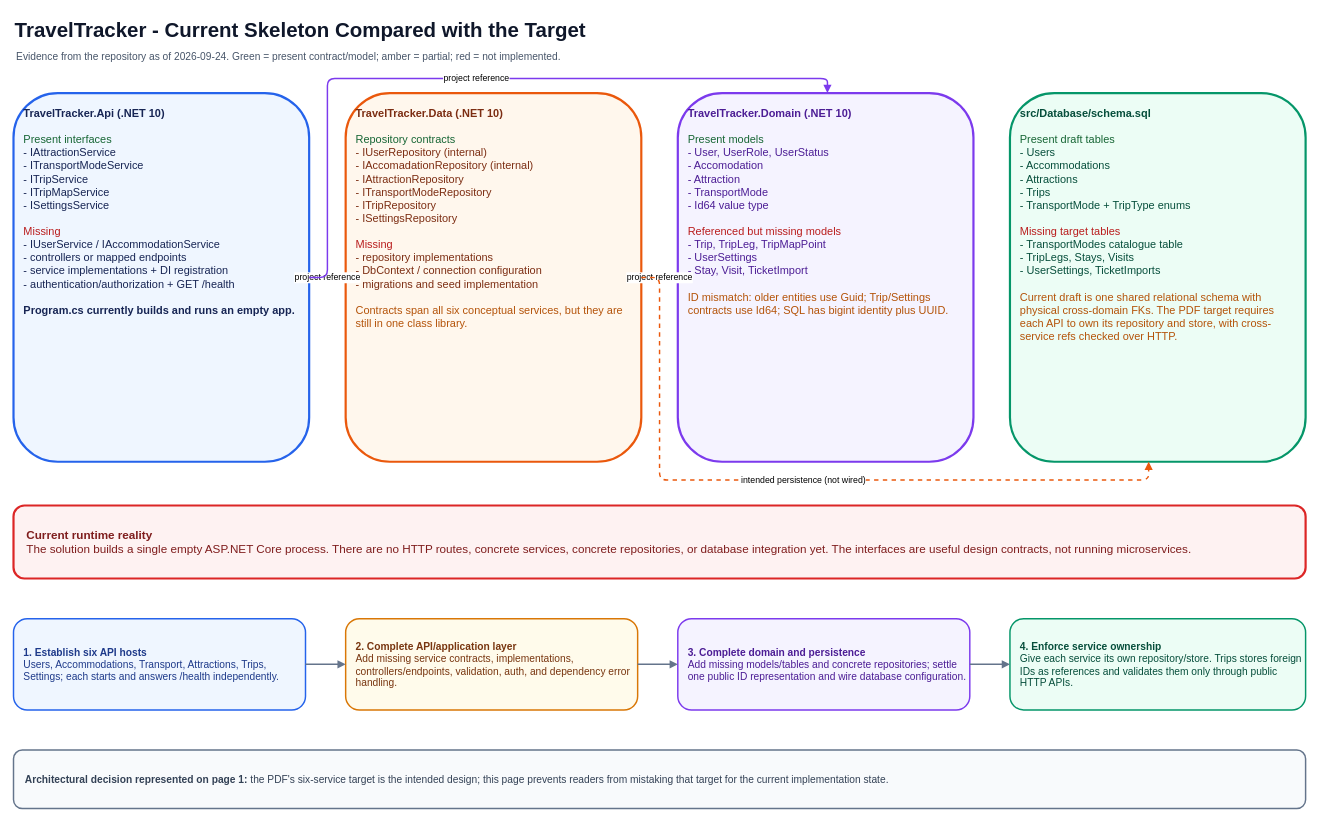
NewWaveOwl/TravelTracker keeps this draw.io diagram as page "2 - Current code and gaps" (2 of 2) of docs/TravelTracker-Explicit-Services-Architecture.drawio. Above is the earlier version. Source tidied: cells renumbered, new cells numbered last; positions are measured from the earlier drawing's top-left corner, leaving out a move shared by most shapes. Both pictures are drawn from the tidied source at 73%, with x=0, y=0 at pixel (13, 12).
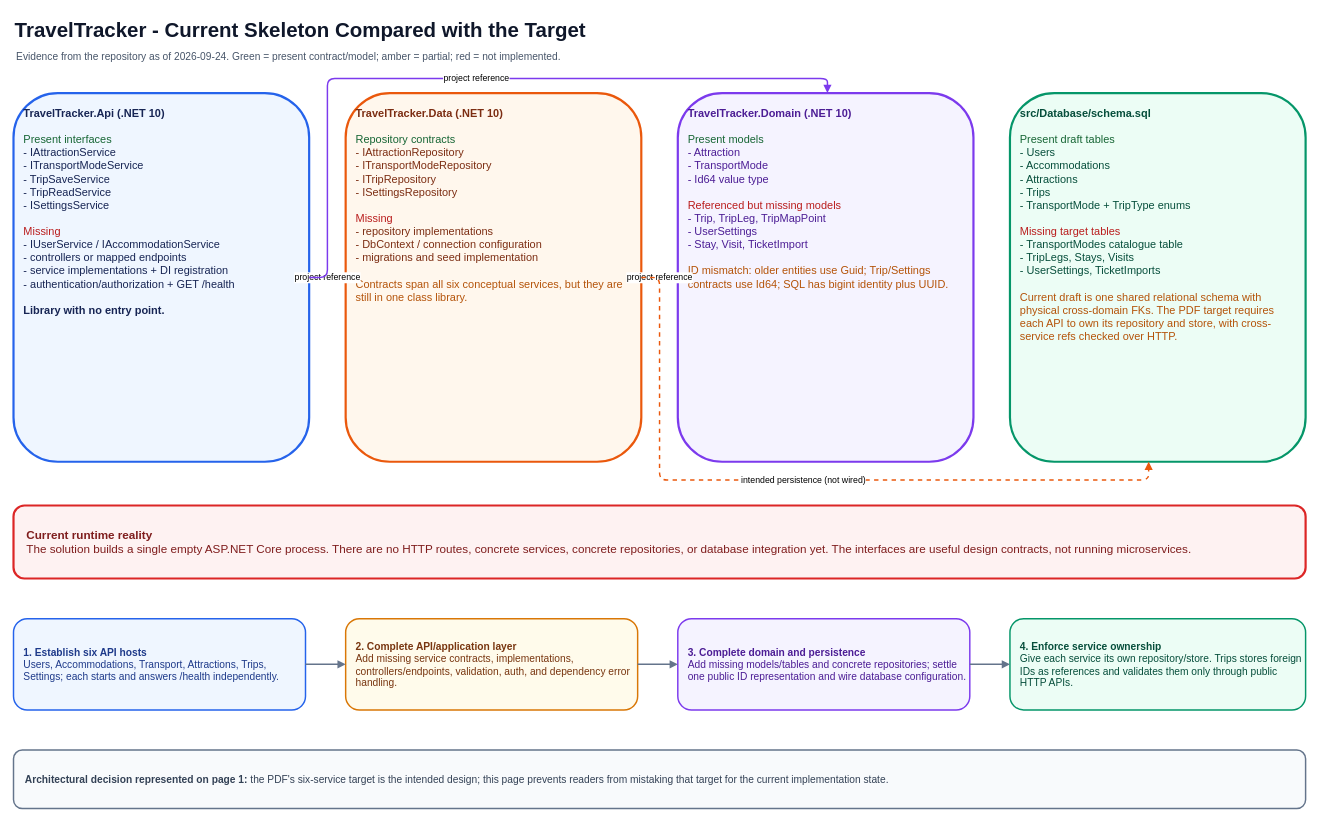
Above is the later version.

What changed in the source:
```diff
@@
-    <mxCell id="4" value="&lt;b&gt;TravelTracker.Api (.NET 10)&lt;/b&gt;&lt;br&gt;&lt;br&gt;&lt;font color=&quot;#166534&quot;&gt;Present interfaces&lt;/font&gt;&lt;br&gt;- IAttractionService&lt;br&gt;- ITransportModeService&lt;br&gt;- ITripService&lt;br&gt;- ITripMapService&lt;br&gt;- ISettingsService&lt;br&gt;&lt;br&gt;&lt;font color=&quot;#B91C1C&quot;&gt;Missing&lt;/font&gt;&lt;br&gt;- IUserService / IAccommodationService&lt;br&gt;- controllers or mapped endpoints&lt;br&gt;- service implementations + DI registration&lt;br&gt;- authentication/authorization + GET /health&lt;br&gt;&lt;br&gt;&lt;b&gt;Program.cs currently builds and runs an empty app.&lt;/b&gt;" style="rounded=1;whiteSpace=wrap;html=1;fillColor=#EFF6FF;strokeColor=#2563EB;strokeWidth=3;fontSize=15;fontColor=#172554;align=left;verticalAlign=top;spacing=14;" parent="1" vertex="1">
+    <mxCell id="4" value="&lt;b&gt;TravelTracker.Api (.NET 10)&lt;/b&gt;&lt;br&gt;&lt;br&gt;&lt;font color=&quot;#166534&quot;&gt;Present interfaces&lt;/font&gt;&lt;br&gt;- IAttractionService&lt;br&gt;- ITransportModeService&lt;br&gt;- TripSaveService&lt;br&gt;- TripReadService&lt;br&gt;- ISettingsService&lt;br&gt;&lt;br&gt;&lt;font color=&quot;#B91C1C&quot;&gt;Missing&lt;/font&gt;&lt;br&gt;- IUserService / IAccommodationService&lt;br&gt;- controllers or mapped endpoints&lt;br&gt;- service implementations + DI registration&lt;br&gt;- authentication/authorization + GET /health&lt;br&gt;&lt;br&gt;&lt;b&gt;Library with no entry point.&lt;/b&gt;" style="rounded=1;whiteSpace=wrap;html=1;fillColor=#EFF6FF;strokeColor=#2563EB;strokeWidth=3;fontSize=15;fontColor=#172554;align=left;verticalAlign=top;spacing=14;" parent="1" vertex="1">
       <mxGeometry y="110" width="405" height="505" as="geometry" />
     </mxCell>
-    <mxCell id="5" value="&lt;b&gt;TravelTracker.Data (.NET 10)&lt;/b&gt;&lt;br&gt;&lt;br&gt;&lt;font color=&quot;#166534&quot;&gt;Repository contracts&lt;/font&gt;&lt;br&gt;- IUserRepository (internal)&lt;br&gt;- IAccomadationRepository (internal)&lt;br&gt;- IAttractionRepository&lt;br&gt;- ITransportModeRepository&lt;br&gt;- ITripRepository&lt;br&gt;- ISettingsRepository&lt;br&gt;&lt;br&gt;&lt;font color=&quot;#B91C1C&quot;&gt;Missing&lt;/font&gt;&lt;br&gt;- repository implementations&lt;br&gt;- DbContext / connection configuration&lt;br&gt;- migrations and seed implementation&lt;br&gt;&lt;br&gt;&lt;font color=&quot;#B45309&quot;&gt;Contracts span all six conceptual services, but they are still in one class library.&lt;/font&gt;" style="rounded=1;whiteSpace=wrap;html=1;fillColor=#FFF7ED;strokeColor=#EA580C;strokeWidth=3;fontSize=15;fontColor=#7C2D12;align=left;verticalAlign=top;spacing=14;" parent="1" vertex="1">
+    <mxCell id="5" value="&lt;b&gt;TravelTracker.Data (.NET 10)&lt;/b&gt;&lt;br&gt;&lt;br&gt;&lt;font color=&quot;#166534&quot;&gt;Repository contracts&lt;/font&gt;&lt;br&gt;- IAttractionRepository&lt;br&gt;- ITransportModeRepository&lt;br&gt;- ITripRepository&lt;br&gt;- ISettingsRepository&lt;br&gt;&lt;br&gt;&lt;font color=&quot;#B91C1C&quot;&gt;Missing&lt;/font&gt;&lt;br&gt;- repository implementations&lt;br&gt;- DbContext / connection configuration&lt;br&gt;- migrations and seed implementation&lt;br&gt;&lt;br&gt;&lt;font color=&quot;#B45309&quot;&gt;Contracts span all six conceptual services, but they are still in one class library.&lt;/font&gt;" style="rounded=1;whiteSpace=wrap;html=1;fillColor=#FFF7ED;strokeColor=#EA580C;strokeWidth=3;fontSize=15;fontColor=#7C2D12;align=left;verticalAlign=top;spacing=14;" parent="1" vertex="1">
       <mxGeometry x="455" y="110" width="405" height="505" as="geometry" />
     </mxCell>
-    <mxCell id="6" value="&lt;b&gt;TravelTracker.Domain (.NET 10)&lt;/b&gt;&lt;br&gt;&lt;br&gt;&lt;font color=&quot;#166534&quot;&gt;Present models&lt;/font&gt;&lt;br&gt;- User, UserRole, UserStatus&lt;br&gt;- Accomodation&lt;br&gt;- Attraction&lt;br&gt;- TransportMode&lt;br&gt;- Id64 value type&lt;br&gt;&lt;br&gt;&lt;font color=&quot;#B91C1C&quot;&gt;Referenced but missing models&lt;/font&gt;&lt;br&gt;- Trip, TripLeg, TripMapPoint&lt;br&gt;- UserSettings&lt;br&gt;- Stay, Visit, TicketImport&lt;br&gt;&lt;br&gt;&lt;font color=&quot;#B45309&quot;&gt;ID mismatch: older entities use Guid; Trip/Settings contracts use Id64; SQL has bigint identity plus UUID.&lt;/font&gt;" style="rounded=1;whiteSpace=wrap;html=1;fillColor=#F5F3FF;strokeColor=#7C3AED;strokeWidth=3;fontSize=15;fontColor=#4C1D95;align=left;verticalAlign=top;spacing=14;" parent="1" vertex="1">
+    <mxCell id="6" value="&lt;b&gt;TravelTracker.Domain (.NET 10)&lt;/b&gt;&lt;br&gt;&lt;br&gt;&lt;font color=&quot;#166534&quot;&gt;Present models&lt;/font&gt;&lt;br&gt;- Attraction&lt;br&gt;- TransportMode&lt;br&gt;- Id64 value type&lt;br&gt;&lt;br&gt;&lt;font color=&quot;#B91C1C&quot;&gt;Referenced but missing models&lt;/font&gt;&lt;br&gt;- Trip, TripLeg, TripMapPoint&lt;br&gt;- UserSettings&lt;br&gt;- Stay, Visit, TicketImport&lt;br&gt;&lt;br&gt;&lt;font color=&quot;#B45309&quot;&gt;ID mismatch: older entities use Guid; Trip/Settings contracts use Id64; SQL has bigint identity plus UUID.&lt;/font&gt;" style="rounded=1;whiteSpace=wrap;html=1;fillColor=#F5F3FF;strokeColor=#7C3AED;strokeWidth=3;fontSize=15;fontColor=#4C1D95;align=left;verticalAlign=top;spacing=14;" parent="1" vertex="1">
       <mxGeometry x="910" y="110" width="405" height="505" as="geometry" />
     </mxCell>
```
